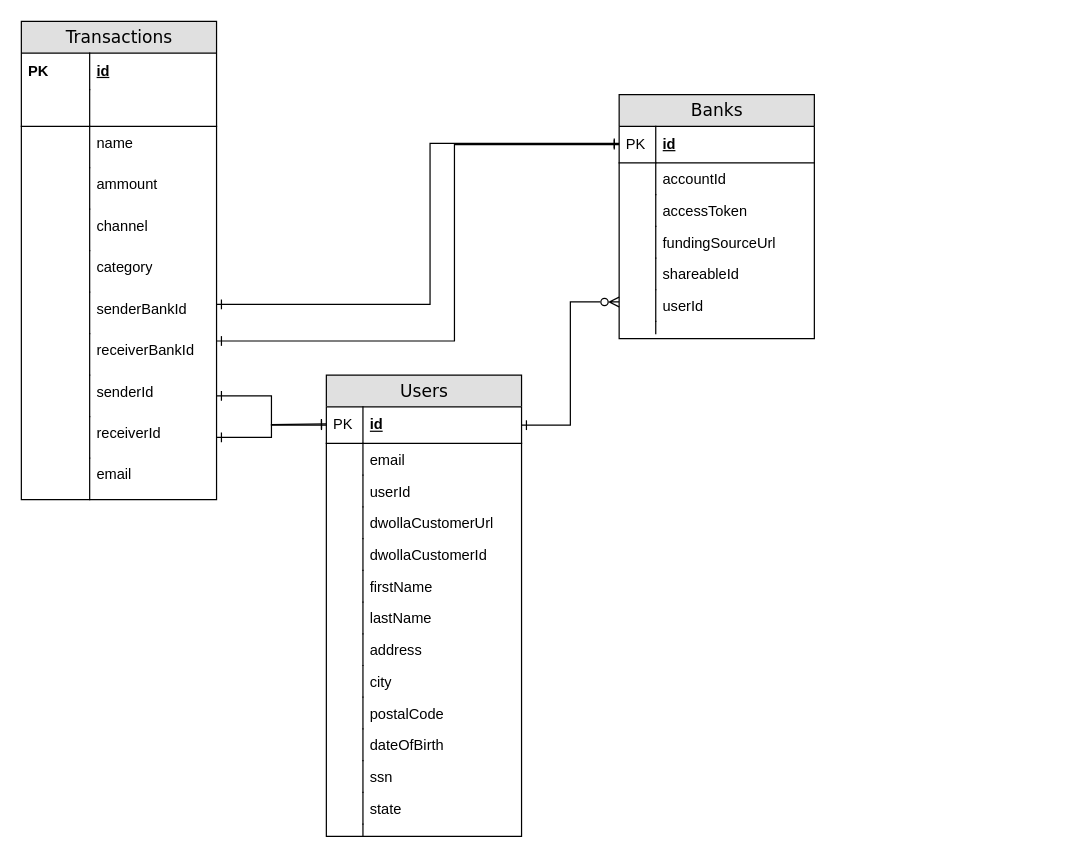
This is docs/youtbank.drawio from Dark1nessss/YourBanK, a draw.io file, before an edit. Source tidied: cells renumbered, new cells numbered last; positions are measured from the earlier drawing's top-left corner, leaving out a move shared by most shapes. Both pictures are drawn from the tidied source at 122%, with x=0, y=0 at pixel (21, 21).
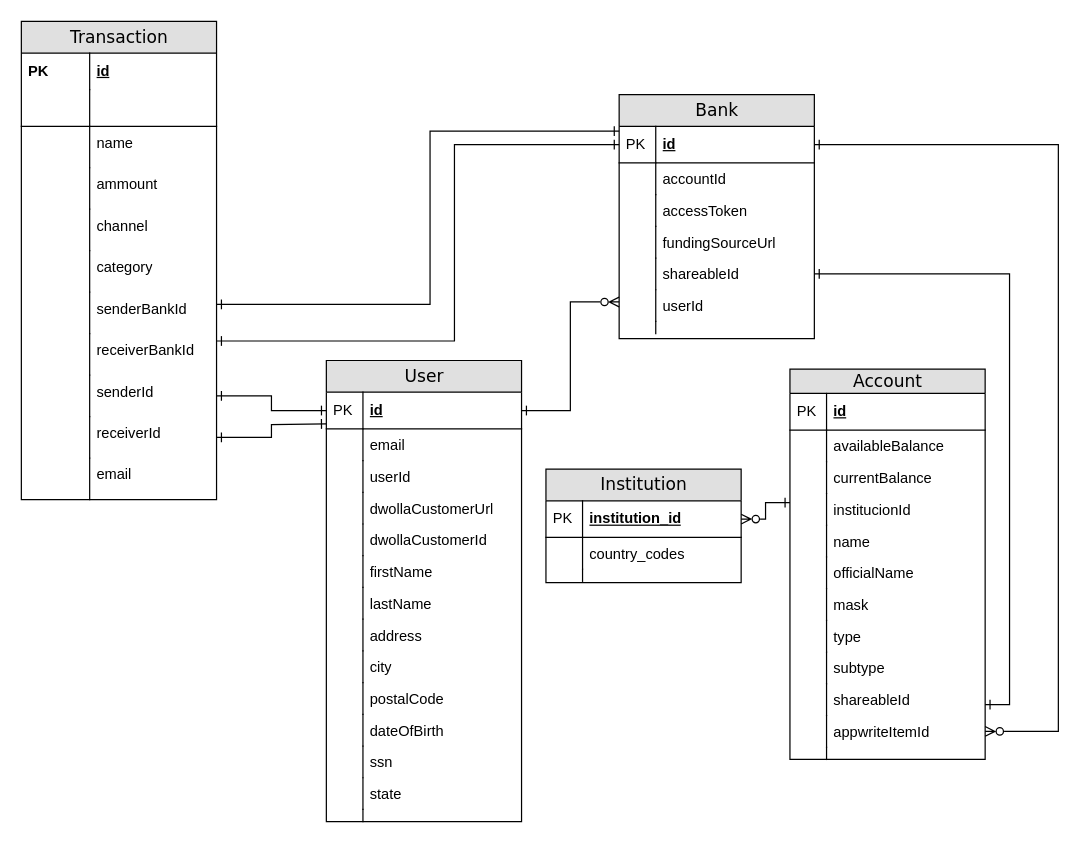
After the change.

The change refers to these unchanged cells:
```xml
<mxCell id="15" value="senderBankId" style="shape=partialRectangle;top=0;left=0;right=0;bottom=0;html=1;align=left;verticalAlign=top;fillColor=none;spacingLeft=60;spacingRight=4;whiteSpace=wrap;overflow=hidden;points=[[0,0.5],[1,0.5]];portConstraint=eastwest;" parent="2" vertex="1">
  <mxGeometry y="222" width="160" height="34" as="geometry" />
</mxCell>
<mxCell id="27" value="id" style="shape=partialRectangle;top=0;left=0;right=0;bottom=1;html=1;align=left;verticalAlign=middle;fillColor=none;spacingLeft=34;spacingRight=4;whiteSpace=wrap;overflow=hidden;points=[[0,0.5],[1,0.5]];portConstraint=eastwest;fontStyle=5;" parent="26" vertex="1">
  <mxGeometry y="26" width="160" height="30" as="geometry" />
</mxCell>
<mxCell id="35" value="shareableId" style="shape=partialRectangle;top=0;left=0;right=0;bottom=0;html=1;align=left;verticalAlign=top;fillColor=none;spacingLeft=34;spacingRight=4;whiteSpace=wrap;overflow=hidden;points=[[0,0.5],[1,0.5]];portConstraint=eastwest;" parent="26" vertex="1">
  <mxGeometry y="134" width="160" height="26" as="geometry" />
</mxCell>
```

Change to the diagram source:
```diff
@@
-    <mxCell id="2" value="Transactions" style="swimlane;html=1;fontStyle=0;horizontal=1;startSize=26;fillColor=#e0e0e0;swimlaneFillColor=#ffffff;align=center;rounded=0;shadow=0;comic=0;labelBackgroundColor=none;strokeWidth=1;fontFamily=Verdana;fontSize=14;" parent="1" vertex="1">
+    <mxCell id="2" value="Transaction" style="swimlane;html=1;fontStyle=0;horizontal=1;startSize=26;fillColor=#e0e0e0;swimlaneFillColor=#ffffff;align=center;rounded=0;shadow=0;comic=0;labelBackgroundColor=none;strokeWidth=1;fontFamily=Verdana;fontSize=14;" parent="1" vertex="1">
       <mxGeometry width="160" height="392" as="geometry" />
     </mxCell>
@@
-    <mxCell id="26" value="Banks" style="swimlane;html=1;fontStyle=0;horizontal=1;startSize=26;fillColor=#e0e0e0;swimlaneFillColor=#ffffff;align=center;rounded=0;shadow=0;comic=0;labelBackgroundColor=none;strokeWidth=1;fontFamily=Verdana;fontSize=14;swimlaneLine=1;" parent="1" vertex="1">
+    <mxCell id="26" value="Bank" style="swimlane;html=1;fontStyle=0;horizontal=1;startSize=26;fillColor=#e0e0e0;swimlaneFillColor=#ffffff;align=center;rounded=0;shadow=0;comic=0;labelBackgroundColor=none;strokeWidth=1;fontFamily=Verdana;fontSize=14;swimlaneLine=1;" parent="1" vertex="1">
       <mxGeometry x="490" y="60" width="160" height="200" as="geometry" />
     </mxCell>
@@
-    <mxCell id="41" value="Users" style="swimlane;html=1;fontStyle=0;horizontal=1;startSize=26;fillColor=#e0e0e0;swimlaneFillColor=#ffffff;align=center;rounded=0;shadow=0;comic=0;labelBackgroundColor=none;strokeWidth=1;fontFamily=Verdana;fontSize=14;" parent="1" vertex="1">
-      <mxGeometry x="250" y="290" width="160" height="378" as="geometry" />
+    <mxCell id="41" value="User" style="swimlane;html=1;fontStyle=0;horizontal=1;startSize=26;fillColor=#e0e0e0;swimlaneFillColor=#ffffff;align=center;rounded=0;shadow=0;comic=0;labelBackgroundColor=none;strokeWidth=1;fontFamily=Verdana;fontSize=14;" parent="1" vertex="1">
+      <mxGeometry x="250" y="278" width="160" height="378" as="geometry" />
     </mxCell>
@@
-    <mxCell id="72" style="edgeStyle=orthogonalEdgeStyle;rounded=0;jettySize=auto;html=1;endArrow=ERone;endFill=0;startArrow=ERone;startFill=0;entryX=1;entryY=0.294;entryDx=0;entryDy=0;entryPerimeter=0;" parent="1" edge="1" target="15">
+    <mxCell id="72" style="edgeStyle=orthogonalEdgeStyle;rounded=0;jettySize=auto;html=1;endArrow=ERone;endFill=0;startArrow=ERone;startFill=0;entryX=1;entryY=0.294;entryDx=0;entryDy=0;entryPerimeter=0;exitX=0;exitY=0.133;exitDx=0;exitDy=0;exitPerimeter=0;" parent="1" edge="1" source="27" target="15">
       <mxGeometry relative="1" as="geometry">
-        <mxPoint x="490" y="100" as="sourcePoint" />
         <Array as="points">
-          <mxPoint x="335" y="100" />
+          <mxPoint x="335" y="90" />
           <mxPoint x="335" y="232" />
         </Array>
       </mxGeometry>
     </mxCell>
@@
+    <mxCell id="74" value="Account" style="swimlane;html=1;fontStyle=0;horizontal=1;startSize=20;fillColor=#e0e0e0;swimlaneFillColor=#ffffff;align=center;rounded=0;shadow=0;comic=0;labelBackgroundColor=none;strokeWidth=1;fontFamily=Verdana;fontSize=14;swimlaneLine=1;" parent="1" vertex="1">
+      <mxGeometry x="630" y="285" width="160" height="320" as="geometry" />
+    </mxCell>
+    <mxCell id="75" value="id" style="shape=partialRectangle;top=0;left=0;right=0;bottom=1;html=1;align=left;verticalAlign=middle;fillColor=none;spacingLeft=34;spacingRight=4;whiteSpace=wrap;overflow=hidden;fontStyle=5;" parent="74" vertex="1">
+      <mxGeometry y="20" width="160" height="30" as="geometry" />
+    </mxCell>
+    <mxCell id="76" value="PK" style="shape=partialRectangle;top=0;left=0;bottom=0;html=1;fillColor=none;align=left;verticalAlign=middle;spacingLeft=4;spacingRight=4;whiteSpace=wrap;overflow=hidden;" parent="75" vertex="1">
+      <mxGeometry width="30" height="30" as="geometry" />
+    </mxCell>
+    <mxCell id="77" value="availableBalance" style="shape=partialRectangle;top=0;left=0;right=0;bottom=0;html=1;align=left;verticalAlign=top;fillColor=none;spacingLeft=34;spacingRight=4;whiteSpace=wrap;overflow=hidden;" parent="74" vertex="1">
+      <mxGeometry y="50" width="160" height="26" as="geometry" />
+    </mxCell>
+    <mxCell id="78" style="shape=partialRectangle;top=0;left=0;bottom=0;html=1;fillColor=none;align=left;verticalAlign=top;spacingLeft=4;spacingRight=4;whiteSpace=wrap;overflow=hidden;" parent="77" vertex="1">
+      <mxGeometry width="30" height="26" as="geometry" />
+    </mxCell>
+    <mxCell id="79" value="currentBalance" style="shape=partialRectangle;top=0;left=0;right=0;bottom=0;html=1;align=left;verticalAlign=top;fillColor=none;spacingLeft=34;spacingRight=4;whiteSpace=wrap;overflow=hidden;" parent="74" vertex="1">
+      <mxGeometry y="76" width="160" height="26" as="geometry" />
+    </mxCell>
+    <mxCell id="80" style="shape=partialRectangle;top=0;left=0;bottom=0;html=1;fillColor=none;align=left;verticalAlign=top;spacingLeft=4;spacingRight=4;whiteSpace=wrap;overflow=hidden;" parent="79" vertex="1">
+      <mxGeometry width="30" height="26" as="geometry" />
+    </mxCell>
+    <mxCell id="81" value="institucionId" style="shape=partialRectangle;top=0;left=0;right=0;bottom=0;html=1;align=left;verticalAlign=top;fillColor=none;spacingLeft=34;spacingRight=4;whiteSpace=wrap;overflow=hidden;points=[[0,0.5],[1,0.5]];portConstraint=eastwest;" parent="74" vertex="1">
+      <mxGeometry y="102" width="160" height="26" as="geometry" />
+    </mxCell>
+    <mxCell id="82" style="shape=partialRectangle;top=0;left=0;bottom=0;html=1;fillColor=none;align=left;verticalAlign=top;spacingLeft=4;spacingRight=4;whiteSpace=wrap;overflow=hidden;" parent="81" vertex="1">
+      <mxGeometry width="30" height="26" as="geometry" />
+    </mxCell>
+    <mxCell id="83" value="name" style="shape=partialRectangle;top=0;left=0;right=0;bottom=0;html=1;align=left;verticalAlign=top;fillColor=none;spacingLeft=34;spacingRight=4;whiteSpace=wrap;overflow=hidden;" parent="74" vertex="1">
+      <mxGeometry y="128" width="160" height="26" as="geometry" />
+    </mxCell>
+    <mxCell id="84" style="shape=partialRectangle;top=0;left=0;bottom=0;html=1;fillColor=none;align=left;verticalAlign=top;spacingLeft=4;spacingRight=4;whiteSpace=wrap;overflow=hidden;" parent="83" vertex="1">
+      <mxGeometry width="30" height="26" as="geometry" />
+    </mxCell>
+    <mxCell id="85" value="officialName" style="shape=partialRectangle;top=0;left=0;right=0;bottom=0;html=1;align=left;verticalAlign=top;fillColor=none;spacingLeft=34;spacingRight=4;whiteSpace=wrap;overflow=hidden;" parent="74" vertex="1">
+      <mxGeometry y="154" width="160" height="26" as="geometry" />
+    </mxCell>
+    <mxCell id="86" style="shape=partialRectangle;top=0;left=0;bottom=0;html=1;fillColor=none;align=left;verticalAlign=top;spacingLeft=4;spacingRight=4;whiteSpace=wrap;overflow=hidden;" parent="85" vertex="1">
+      <mxGeometry width="30" height="26" as="geometry" />
+    </mxCell>
+    <mxCell id="87" value="mask" style="shape=partialRectangle;top=0;left=0;right=0;bottom=0;html=1;align=left;verticalAlign=top;fillColor=none;spacingLeft=34;spacingRight=4;whiteSpace=wrap;overflow=hidden;" parent="74" vertex="1">
+      <mxGeometry y="180" width="160" height="26" as="geometry" />
+    </mxCell>
+    <mxCell id="88" style="shape=partialRectangle;top=0;left=0;bottom=0;html=1;fillColor=none;align=left;verticalAlign=top;spacingLeft=4;spacingRight=4;whiteSpace=wrap;overflow=hidden;" parent="87" vertex="1">
+      <mxGeometry width="30" height="26" as="geometry" />
+    </mxCell>
+    <mxCell id="89" value="type" style="shape=partialRectangle;top=0;left=0;right=0;bottom=0;html=1;align=left;verticalAlign=top;fillColor=none;spacingLeft=34;spacingRight=4;whiteSpace=wrap;overflow=hidden;" parent="74" vertex="1">
+      <mxGeometry y="206" width="160" height="26" as="geometry" />
+    </mxCell>
+    <mxCell id="90" style="shape=partialRectangle;top=0;left=0;bottom=0;html=1;fillColor=none;align=left;verticalAlign=top;spacingLeft=4;spacingRight=4;whiteSpace=wrap;overflow=hidden;" parent="89" vertex="1">
+      <mxGeometry width="30" height="26" as="geometry" />
+    </mxCell>
+    <mxCell id="91" value="subtype" style="shape=partialRectangle;top=0;left=0;right=0;bottom=0;html=1;align=left;verticalAlign=top;fillColor=none;spacingLeft=34;spacingRight=4;whiteSpace=wrap;overflow=hidden;" parent="74" vertex="1">
+      <mxGeometry y="232" width="160" height="26" as="geometry" />
+    </mxCell>
+    <mxCell id="92" style="shape=partialRectangle;top=0;left=0;bottom=0;html=1;fillColor=none;align=left;verticalAlign=top;spacingLeft=4;spacingRight=4;whiteSpace=wrap;overflow=hidden;" parent="91" vertex="1">
+      <mxGeometry width="30" height="26" as="geometry" />
+    </mxCell>
+    <mxCell id="93" value="shareableId" style="shape=partialRectangle;top=0;left=0;right=0;bottom=0;html=1;align=left;verticalAlign=top;fillColor=none;spacingLeft=34;spacingRight=4;whiteSpace=wrap;overflow=hidden;points=[[0,0.5],[1,0.5]];portConstraint=eastwest;" parent="74" vertex="1">
+      <mxGeometry y="258" width="160" height="26" as="geometry" />
+    </mxCell>
+    <mxCell id="94" style="shape=partialRectangle;top=0;left=0;bottom=0;html=1;fillColor=none;align=left;verticalAlign=top;spacingLeft=4;spacingRight=4;whiteSpace=wrap;overflow=hidden;" parent="93" vertex="1">
+      <mxGeometry width="30" height="26" as="geometry" />
+    </mxCell>
+    <mxCell id="95" value="appwriteItemId" style="shape=partialRectangle;top=0;left=0;right=0;bottom=0;html=1;align=left;verticalAlign=top;fillColor=none;spacingLeft=34;spacingRight=4;whiteSpace=wrap;overflow=hidden;points=[[0,0.5],[1,0.5]];portConstraint=eastwest;" parent="74" vertex="1">
+      <mxGeometry y="284" width="160" height="26" as="geometry" />
+    </mxCell>
+    <mxCell id="96" style="shape=partialRectangle;top=0;left=0;bottom=0;html=1;fillColor=none;align=left;verticalAlign=top;spacingLeft=4;spacingRight=4;whiteSpace=wrap;overflow=hidden;" parent="95" vertex="1">
+      <mxGeometry width="30" height="26" as="geometry" />
+    </mxCell>
+    <mxCell id="97" style="shape=partialRectangle;top=0;left=0;right=0;bottom=0;html=1;align=left;verticalAlign=top;fillColor=none;spacingLeft=34;spacingRight=4;whiteSpace=wrap;overflow=hidden;" parent="74" vertex="1">
+      <mxGeometry y="310" width="160" height="10" as="geometry" />
+    </mxCell>
+    <mxCell id="98" style="shape=partialRectangle;top=0;left=0;bottom=0;html=1;fillColor=none;align=left;verticalAlign=top;spacingLeft=4;spacingRight=4;whiteSpace=wrap;overflow=hidden;" parent="97" vertex="1">
+      <mxGeometry width="30" height="10" as="geometry" />
+    </mxCell>
+    <mxCell id="99" style="edgeStyle=orthogonalEdgeStyle;rounded=0;jettySize=auto;html=1;exitX=1;exitY=0.5;exitDx=0;exitDy=0;entryX=1;entryY=0.5;entryDx=0;entryDy=0;startArrow=ERzeroToMany;startFill=0;endArrow=ERone;endFill=0;" parent="1" edge="1" source="95" target="27">
+      <mxGeometry relative="1" as="geometry">
+        <Array as="points">
+          <mxPoint x="850" y="582" />
+          <mxPoint x="850" y="101" />
+        </Array>
+      </mxGeometry>
+    </mxCell>
+    <mxCell id="100" value="Institution" style="swimlane;html=1;fontStyle=0;horizontal=1;startSize=26;fillColor=#e0e0e0;swimlaneFillColor=#ffffff;align=center;rounded=0;shadow=0;comic=0;labelBackgroundColor=none;strokeWidth=1;fontFamily=Verdana;fontSize=14;swimlaneLine=1;" parent="1" vertex="1">
+      <mxGeometry x="430" y="367" width="160" height="93" as="geometry" />
+    </mxCell>
+    <mxCell id="101" value="institution_id" style="shape=partialRectangle;top=0;left=0;right=0;bottom=1;html=1;align=left;verticalAlign=middle;fillColor=none;spacingLeft=34;spacingRight=4;whiteSpace=wrap;overflow=hidden;points=[[0,0.5],[1,0.5]];portConstraint=eastwest;fontStyle=5;" parent="100" vertex="1">
+      <mxGeometry y="26" width="160" height="30" as="geometry" />
+    </mxCell>
+    <mxCell id="102" value="PK" style="shape=partialRectangle;top=0;left=0;bottom=0;html=1;fillColor=none;align=left;verticalAlign=middle;spacingLeft=4;spacingRight=4;whiteSpace=wrap;overflow=hidden;" parent="101" vertex="1">
+      <mxGeometry width="30" height="30" as="geometry" />
+    </mxCell>
+    <mxCell id="103" value="country_codes" style="shape=partialRectangle;top=0;left=0;right=0;bottom=0;html=1;align=left;verticalAlign=top;fillColor=none;spacingLeft=34;spacingRight=4;whiteSpace=wrap;overflow=hidden;" parent="100" vertex="1">
+      <mxGeometry y="56" width="160" height="26" as="geometry" />
+    </mxCell>
+    <mxCell id="104" style="shape=partialRectangle;top=0;left=0;bottom=0;html=1;fillColor=none;align=left;verticalAlign=top;spacingLeft=4;spacingRight=4;whiteSpace=wrap;overflow=hidden;" parent="103" vertex="1">
+      <mxGeometry width="30" height="26" as="geometry" />
+    </mxCell>
+    <mxCell id="105" style="shape=partialRectangle;top=0;left=0;right=0;bottom=0;html=1;align=left;verticalAlign=top;fillColor=none;spacingLeft=34;spacingRight=4;whiteSpace=wrap;overflow=hidden;" parent="100" vertex="1">
+      <mxGeometry y="82" width="160" height="10" as="geometry" />
+    </mxCell>
+    <mxCell id="106" style="shape=partialRectangle;top=0;left=0;bottom=0;html=1;fillColor=none;align=left;verticalAlign=top;spacingLeft=4;spacingRight=4;whiteSpace=wrap;overflow=hidden;" parent="105" vertex="1">
+      <mxGeometry width="30" height="10" as="geometry" />
+    </mxCell>
+    <mxCell id="107" style="edgeStyle=orthogonalEdgeStyle;rounded=0;jettySize=auto;html=1;exitX=1;exitY=0.5;exitDx=0;exitDy=0;entryX=0;entryY=0.288;entryDx=0;entryDy=0;entryPerimeter=0;startArrow=ERzeroToMany;startFill=0;endArrow=ERone;endFill=0;" parent="1" edge="1" source="101" target="81">
+      <mxGeometry relative="1" as="geometry" />
+    </mxCell>
+    <mxCell id="108" style="edgeStyle=orthogonalEdgeStyle;rounded=0;jettySize=auto;html=1;exitX=1;exitY=0.5;exitDx=0;exitDy=0;entryX=1;entryY=0.654;entryDx=0;entryDy=0;entryPerimeter=0;startArrow=ERone;startFill=0;endArrow=ERone;endFill=0;" parent="1" edge="1" source="35" target="93">
+      <mxGeometry relative="1" as="geometry" />
+    </mxCell>
```
